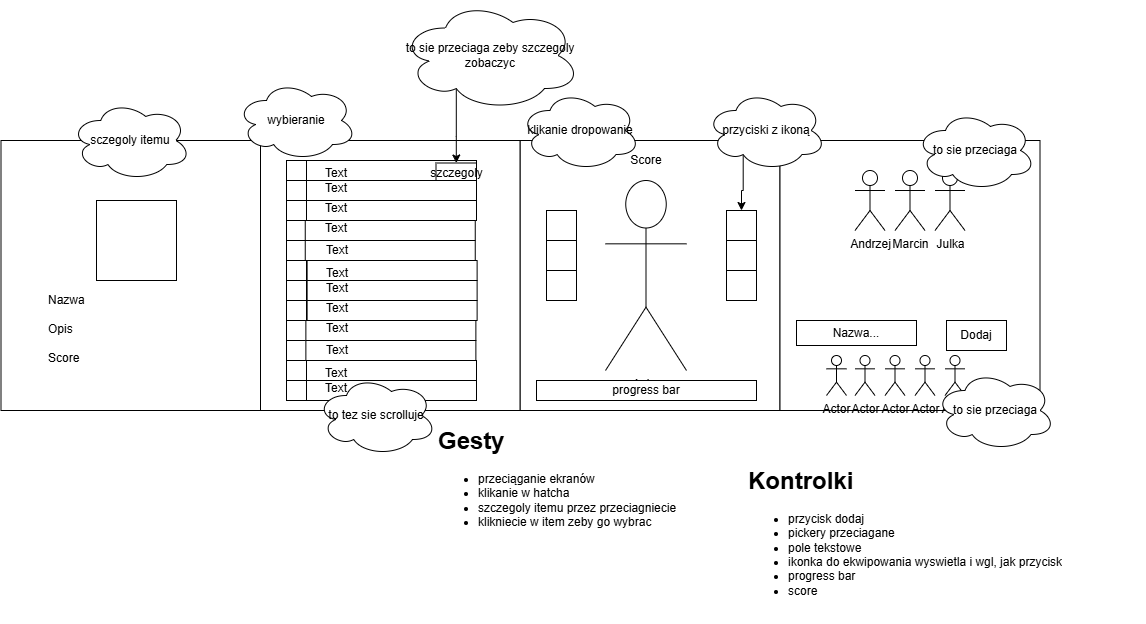
Earlier version of the draw.io export Hatche.drawio.png (MichalRutyna/Swift-Hatche). Source tidied: cells renumbered, new cells last; positions are measured from the earlier drawing's top-left corner, leaving out a move shared by most shapes. Its diagram source:
```xml
<mxGraphModel>
  <root>
    <mxCell id="0" />
    <mxCell id="1" parent="0" />
    <mxCell id="2" style="rounded=0;whiteSpace=wrap;html=1;" parent="1" vertex="1">
      <mxGeometry x="519.5" y="140" width="260" height="270" as="geometry" />
    </mxCell>
    <mxCell id="3" value="Actor" style="shape=umlActor;verticalLabelPosition=bottom;verticalAlign=top;html=1;" parent="1" vertex="1">
      <mxGeometry x="605" y="180" width="81" height="190" as="geometry" />
    </mxCell>
    <mxCell id="4" style="rounded=0;whiteSpace=wrap;html=1;" parent="1" vertex="1">
      <mxGeometry x="260" y="140" width="259.5" height="270" as="geometry" />
    </mxCell>
    <mxCell id="5" style="whiteSpace=wrap;html=1;" parent="1" vertex="1">
      <mxGeometry x="546" y="210" width="30" height="30" as="geometry" />
    </mxCell>
    <mxCell id="6" style="whiteSpace=wrap;html=1;" parent="1" vertex="1">
      <mxGeometry x="546" y="240" width="30" height="30" as="geometry" />
    </mxCell>
    <mxCell id="7" style="whiteSpace=wrap;html=1;" parent="1" vertex="1">
      <mxGeometry x="546" y="270" width="30" height="30" as="geometry" />
    </mxCell>
    <mxCell id="8" style="whiteSpace=wrap;html=1;" parent="1" vertex="1">
      <mxGeometry x="286" y="280" width="20" height="20" as="geometry" />
    </mxCell>
    <mxCell id="9" style="whiteSpace=wrap;html=1;" parent="1" vertex="1">
      <mxGeometry x="286" y="320" width="20" height="20" as="geometry" />
    </mxCell>
    <mxCell id="10" style="whiteSpace=wrap;html=1;" parent="1" vertex="1">
      <mxGeometry x="286" y="300" width="20" height="20" as="geometry" />
    </mxCell>
    <mxCell id="11" style="whiteSpace=wrap;html=1;" parent="1" vertex="1">
      <mxGeometry x="286" y="340" width="20" height="20" as="geometry" />
    </mxCell>
    <mxCell id="12" style="whiteSpace=wrap;html=1;" parent="1" vertex="1">
      <mxGeometry x="286" y="380" width="20" height="20" as="geometry" />
    </mxCell>
    <mxCell id="13" style="whiteSpace=wrap;html=1;" parent="1" vertex="1">
      <mxGeometry x="286" y="360" width="20" height="20" as="geometry" />
    </mxCell>
    <mxCell id="14" style="whiteSpace=wrap;html=1;" parent="1" vertex="1">
      <mxGeometry x="286" y="160" width="20" height="20" as="geometry" />
    </mxCell>
    <mxCell id="15" style="whiteSpace=wrap;html=1;" parent="1" vertex="1">
      <mxGeometry x="286" y="200" width="20" height="20" as="geometry" />
    </mxCell>
    <mxCell id="16" style="whiteSpace=wrap;html=1;" parent="1" vertex="1">
      <mxGeometry x="286" y="180" width="20" height="20" as="geometry" />
    </mxCell>
    <mxCell id="17" style="whiteSpace=wrap;html=1;" parent="1" vertex="1">
      <mxGeometry x="286" y="220" width="20" height="20" as="geometry" />
    </mxCell>
    <mxCell id="18" style="whiteSpace=wrap;html=1;" parent="1" vertex="1">
      <mxGeometry x="286" y="260" width="20" height="20" as="geometry" />
    </mxCell>
    <mxCell id="19" style="whiteSpace=wrap;html=1;" parent="1" vertex="1">
      <mxGeometry x="286" y="240" width="20" height="20" as="geometry" />
    </mxCell>
    <mxCell id="20" value="klikanie dropowanie" style="ellipse;shape=cloud;whiteSpace=wrap;html=1;" parent="1" vertex="1">
      <mxGeometry x="519.5" y="90" width="120" height="80" as="geometry" />
    </mxCell>
    <mxCell id="21" value="&lt;h1 style=&quot;margin-top: 0px;&quot;&gt;Gesty&lt;/h1&gt;&lt;p&gt;&lt;/p&gt;&lt;ul&gt;&lt;li&gt;&lt;span style=&quot;background-color: transparent; color: light-dark(rgb(0, 0, 0), rgb(255, 255, 255));&quot;&gt;przeciąganie ekranów&lt;/span&gt;&lt;/li&gt;&lt;li&gt;klikanie w hatcha&lt;/li&gt;&lt;li&gt;szczegoly itemu przez przeciagniecie&lt;br&gt;&lt;/li&gt;&lt;li&gt;klikniecie w item zeby go wybrac&lt;/li&gt;&lt;/ul&gt;&lt;p&gt;&lt;/p&gt;" style="text;html=1;whiteSpace=wrap;overflow=hidden;rounded=0;" parent="1" vertex="1">
      <mxGeometry x="436" y="420" width="250" height="160" as="geometry" />
    </mxCell>
    <mxCell id="22" style="rounded=0;whiteSpace=wrap;html=1;" parent="1" vertex="1">
      <mxGeometry x="0.5" y="140" width="259.5" height="270" as="geometry" />
    </mxCell>
    <mxCell id="23" value="sczegoly itemu" style="ellipse;shape=cloud;whiteSpace=wrap;html=1;" parent="1" vertex="1">
      <mxGeometry x="70.2" y="100" width="120" height="80" as="geometry" />
    </mxCell>
    <mxCell id="24" style="whiteSpace=wrap;html=1;" parent="1" vertex="1">
      <mxGeometry x="96" y="200" width="80" height="80" as="geometry" />
    </mxCell>
    <mxCell id="25" value="&lt;h1 style=&quot;margin-top: 0px;&quot;&gt;&lt;span style=&quot;background-color: transparent; color: light-dark(rgb(0, 0, 0), rgb(255, 255, 255)); font-size: 12px; font-weight: normal;&quot;&gt;Nazwa&lt;br&gt;Opis&lt;br&gt;Score&lt;/span&gt;&lt;/h1&gt;" style="text;html=1;whiteSpace=wrap;overflow=hidden;rounded=0;" parent="1" vertex="1">
      <mxGeometry x="46" y="275" width="180" height="120" as="geometry" />
    </mxCell>
    <mxCell id="26" style="rounded=0;whiteSpace=wrap;html=1;" parent="1" vertex="1">
      <mxGeometry x="779.5" y="140" width="260" height="270" as="geometry" />
    </mxCell>
    <mxCell id="27" value="Marcin" style="shape=umlActor;verticalLabelPosition=bottom;verticalAlign=top;html=1;" parent="1" vertex="1">
      <mxGeometry x="894.5" y="170" width="30" height="60" as="geometry" />
    </mxCell>
    <mxCell id="28" value="Julka" style="shape=umlActor;verticalLabelPosition=bottom;verticalAlign=top;html=1;" parent="1" vertex="1">
      <mxGeometry x="934.5" y="170" width="30" height="60" as="geometry" />
    </mxCell>
    <mxCell id="29" value="Andrzej" style="shape=umlActor;verticalLabelPosition=bottom;verticalAlign=top;html=1;" parent="1" vertex="1">
      <mxGeometry x="854.5" y="170" width="30" height="60" as="geometry" />
    </mxCell>
    <mxCell id="30" value="Dodaj" style="rounded=0;whiteSpace=wrap;html=1;" parent="1" vertex="1">
      <mxGeometry x="946" y="320" width="60" height="30" as="geometry" />
    </mxCell>
    <mxCell id="31" value="Nazwa..." style="rounded=0;whiteSpace=wrap;html=1;" parent="1" vertex="1">
      <mxGeometry x="796" y="320" width="120" height="25" as="geometry" />
    </mxCell>
    <mxCell id="32" value="Actor" style="shape=umlActor;verticalLabelPosition=bottom;verticalAlign=top;html=1;" parent="1" vertex="1">
      <mxGeometry x="826" y="355" width="20" height="40" as="geometry" />
    </mxCell>
    <mxCell id="33" value="Actor" style="shape=umlActor;verticalLabelPosition=bottom;verticalAlign=top;html=1;" parent="1" vertex="1">
      <mxGeometry x="854.5" y="355" width="20" height="40" as="geometry" />
    </mxCell>
    <mxCell id="34" value="Actor" style="shape=umlActor;verticalLabelPosition=bottom;verticalAlign=top;html=1;" parent="1" vertex="1">
      <mxGeometry x="884.5" y="355" width="20" height="40" as="geometry" />
    </mxCell>
    <mxCell id="35" value="Actor" style="shape=umlActor;verticalLabelPosition=bottom;verticalAlign=top;html=1;" parent="1" vertex="1">
      <mxGeometry x="914.5" y="355" width="20" height="40" as="geometry" />
    </mxCell>
    <mxCell id="36" value="Actor" style="shape=umlActor;verticalLabelPosition=bottom;verticalAlign=top;html=1;" parent="1" vertex="1">
      <mxGeometry x="944.5" y="355" width="20" height="40" as="geometry" />
    </mxCell>
    <mxCell id="37" value="to sie przeciaga" style="ellipse;shape=cloud;whiteSpace=wrap;html=1;" parent="1" vertex="1">
      <mxGeometry x="915" y="110" width="120" height="80" as="geometry" />
    </mxCell>
    <mxCell id="38" value="to sie przeciaga" style="ellipse;shape=cloud;whiteSpace=wrap;html=1;" parent="1" vertex="1">
      <mxGeometry x="934.5" y="370" width="120" height="80" as="geometry" />
    </mxCell>
    <mxCell id="39" value="&lt;h1 style=&quot;margin-top: 0px;&quot;&gt;Kontrolki&lt;/h1&gt;&lt;p&gt;&lt;/p&gt;&lt;ul&gt;&lt;li&gt;przycisk dodaj&lt;/li&gt;&lt;li&gt;pickery przeciagane&lt;/li&gt;&lt;li&gt;pole tekstowe&lt;/li&gt;&lt;li&gt;ikonka do ekwipowania wyswietla i wgl, jak przycisk&lt;/li&gt;&lt;li&gt;progress bar&lt;/li&gt;&lt;li&gt;score&lt;/li&gt;&lt;/ul&gt;&lt;p&gt;&lt;/p&gt;" style="text;html=1;whiteSpace=wrap;overflow=hidden;rounded=0;" parent="1" vertex="1">
      <mxGeometry x="746" y="460" width="400" height="160" as="geometry" />
    </mxCell>
    <mxCell id="40" style="rounded=0;whiteSpace=wrap;html=1;" parent="1" vertex="1">
      <mxGeometry x="306" y="160" width="170" height="20" as="geometry" />
    </mxCell>
    <mxCell id="41" value="szczegoly" style="rounded=0;whiteSpace=wrap;html=1;" parent="1" vertex="1">
      <mxGeometry x="435.5" y="162.5" width="40.5" height="20" as="geometry" />
    </mxCell>
    <mxCell id="42" style="rounded=0;whiteSpace=wrap;html=1;" parent="1" vertex="1">
      <mxGeometry x="306" y="180" width="170" height="20" as="geometry" />
    </mxCell>
    <mxCell id="43" style="rounded=0;whiteSpace=wrap;html=1;" parent="1" vertex="1">
      <mxGeometry x="306" y="200" width="170" height="20" as="geometry" />
    </mxCell>
    <mxCell id="44" value="Text" style="text;html=1;align=center;verticalAlign=middle;whiteSpace=wrap;rounded=0;" parent="1" vertex="1">
      <mxGeometry x="306" y="195" width="60" height="25" as="geometry" />
    </mxCell>
    <mxCell id="45" value="Text" style="text;html=1;align=center;verticalAlign=middle;whiteSpace=wrap;rounded=0;" parent="1" vertex="1">
      <mxGeometry x="306" y="160" width="60" height="25" as="geometry" />
    </mxCell>
    <mxCell id="46" value="Text" style="text;html=1;align=center;verticalAlign=middle;whiteSpace=wrap;rounded=0;" parent="1" vertex="1">
      <mxGeometry x="306" y="175" width="60" height="25" as="geometry" />
    </mxCell>
    <mxCell id="47" style="rounded=0;whiteSpace=wrap;html=1;" parent="1" vertex="1">
      <mxGeometry x="304.8" y="220" width="170" height="20" as="geometry" />
    </mxCell>
    <mxCell id="48" value="Text" style="text;html=1;align=center;verticalAlign=middle;whiteSpace=wrap;rounded=0;" parent="1" vertex="1">
      <mxGeometry x="306" y="215" width="60" height="25" as="geometry" />
    </mxCell>
    <mxCell id="49" style="rounded=0;whiteSpace=wrap;html=1;" parent="1" vertex="1">
      <mxGeometry x="304.8" y="240" width="170" height="20" as="geometry" />
    </mxCell>
    <mxCell id="50" style="whiteSpace=wrap;html=1;" parent="1" vertex="1">
      <mxGeometry x="726" y="210" width="30" height="30" as="geometry" />
    </mxCell>
    <mxCell id="51" style="whiteSpace=wrap;html=1;" parent="1" vertex="1">
      <mxGeometry x="726" y="240" width="30" height="30" as="geometry" />
    </mxCell>
    <mxCell id="52" style="whiteSpace=wrap;html=1;" parent="1" vertex="1">
      <mxGeometry x="726" y="270" width="30" height="30" as="geometry" />
    </mxCell>
    <mxCell id="53" style="edgeStyle=orthogonalEdgeStyle;rounded=0;jettySize=auto;html=1;exitX=0.31;exitY=0.8;exitDx=0;exitDy=0;exitPerimeter=0;" parent="1" edge="1" source="54" target="50">
      <mxGeometry relative="1" as="geometry" />
    </mxCell>
    <mxCell id="54" value="przyciski z ikoną" style="ellipse;shape=cloud;whiteSpace=wrap;html=1;" parent="1" vertex="1">
      <mxGeometry x="705.5" y="90" width="120" height="80" as="geometry" />
    </mxCell>
    <mxCell id="55" value="wybieranie" style="ellipse;shape=cloud;whiteSpace=wrap;html=1;" parent="1" vertex="1">
      <mxGeometry x="236" y="80" width="120" height="80" as="geometry" />
    </mxCell>
    <mxCell id="56" value="Score" style="text;html=1;align=center;verticalAlign=middle;whiteSpace=wrap;rounded=0;" parent="1" vertex="1">
      <mxGeometry x="615.5" y="145" width="60" height="30" as="geometry" />
    </mxCell>
    <mxCell id="57" value="progress bar" style="rounded=0;whiteSpace=wrap;html=1;" parent="1" vertex="1">
      <mxGeometry x="536" y="380" width="220" height="20" as="geometry" />
    </mxCell>
    <mxCell id="58" style="rounded=0;whiteSpace=wrap;html=1;" parent="1" vertex="1">
      <mxGeometry x="306.6" y="260" width="170" height="20" as="geometry" />
    </mxCell>
    <mxCell id="59" style="rounded=0;whiteSpace=wrap;html=1;" parent="1" vertex="1">
      <mxGeometry x="306.6" y="280" width="170" height="20" as="geometry" />
    </mxCell>
    <mxCell id="60" style="rounded=0;whiteSpace=wrap;html=1;" parent="1" vertex="1">
      <mxGeometry x="306.6" y="300" width="170" height="20" as="geometry" />
    </mxCell>
    <mxCell id="61" value="Text" style="text;html=1;align=center;verticalAlign=middle;whiteSpace=wrap;rounded=0;" parent="1" vertex="1">
      <mxGeometry x="306.6" y="295" width="60" height="25" as="geometry" />
    </mxCell>
    <mxCell id="62" value="Text" style="text;html=1;align=center;verticalAlign=middle;whiteSpace=wrap;rounded=0;" parent="1" vertex="1">
      <mxGeometry x="306.6" y="260" width="60" height="25" as="geometry" />
    </mxCell>
    <mxCell id="63" value="Text" style="text;html=1;align=center;verticalAlign=middle;whiteSpace=wrap;rounded=0;" parent="1" vertex="1">
      <mxGeometry x="306.6" y="275" width="60" height="25" as="geometry" />
    </mxCell>
    <mxCell id="64" style="rounded=0;whiteSpace=wrap;html=1;" parent="1" vertex="1">
      <mxGeometry x="305.4" y="320" width="170" height="20" as="geometry" />
    </mxCell>
    <mxCell id="65" value="Text" style="text;html=1;align=center;verticalAlign=middle;whiteSpace=wrap;rounded=0;" parent="1" vertex="1">
      <mxGeometry x="306.6" y="315" width="60" height="25" as="geometry" />
    </mxCell>
    <mxCell id="66" style="rounded=0;whiteSpace=wrap;html=1;" parent="1" vertex="1">
      <mxGeometry x="305.4" y="340" width="170" height="20" as="geometry" />
    </mxCell>
    <mxCell id="67" value="Text" style="text;html=1;align=center;verticalAlign=middle;whiteSpace=wrap;rounded=0;" parent="1" vertex="1">
      <mxGeometry x="306.6" y="237.5" width="60" height="25" as="geometry" />
    </mxCell>
    <mxCell id="68" value="Text" style="text;html=1;align=center;verticalAlign=middle;whiteSpace=wrap;rounded=0;" parent="1" vertex="1">
      <mxGeometry x="306.6" y="337.5" width="60" height="25" as="geometry" />
    </mxCell>
    <mxCell id="69" style="rounded=0;whiteSpace=wrap;html=1;" parent="1" vertex="1">
      <mxGeometry x="306" y="360" width="170" height="20" as="geometry" />
    </mxCell>
    <mxCell id="70" style="rounded=0;whiteSpace=wrap;html=1;" parent="1" vertex="1">
      <mxGeometry x="306" y="380" width="170" height="20" as="geometry" />
    </mxCell>
    <mxCell id="71" value="Text" style="text;html=1;align=center;verticalAlign=middle;whiteSpace=wrap;rounded=0;" parent="1" vertex="1">
      <mxGeometry x="306" y="360" width="60" height="25" as="geometry" />
    </mxCell>
    <mxCell id="72" value="Text" style="text;html=1;align=center;verticalAlign=middle;whiteSpace=wrap;rounded=0;" parent="1" vertex="1">
      <mxGeometry x="306" y="375" width="60" height="25" as="geometry" />
    </mxCell>
    <mxCell id="73" value="to tez sie scrolluje" style="ellipse;shape=cloud;whiteSpace=wrap;html=1;" parent="1" vertex="1">
      <mxGeometry x="316" y="375" width="120" height="80" as="geometry" />
    </mxCell>
    <mxCell id="74" style="edgeStyle=orthogonalEdgeStyle;rounded=0;jettySize=auto;html=1;exitX=0.31;exitY=0.8;exitDx=0;exitDy=0;exitPerimeter=0;" parent="1" edge="1" source="75" target="41">
      <mxGeometry relative="1" as="geometry" />
    </mxCell>
    <mxCell id="75" value="to sie przeciaga zeby szczegoly zobaczyc" style="ellipse;shape=cloud;whiteSpace=wrap;html=1;" parent="1" vertex="1">
      <mxGeometry x="400" width="180" height="110" as="geometry" />
    </mxCell>
  </root>
</mxGraphModel>
```
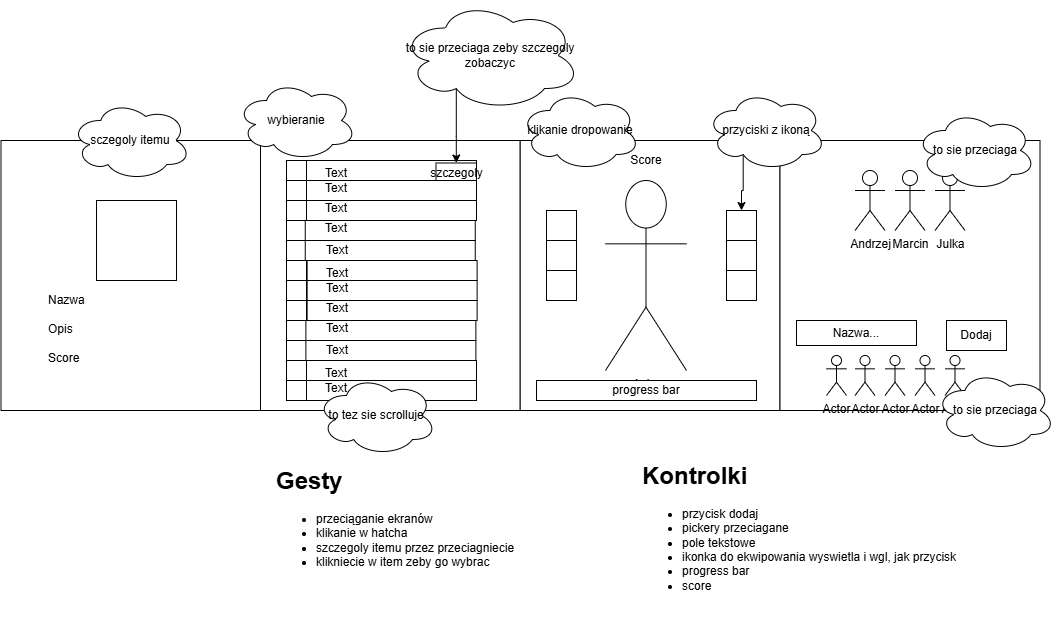
Above is the later version.

Diff of the diagram source:
```diff
@@ -1,4 +1,4 @@
-<mxGraphModel>
+<mxGraphModel background="#ffffff">
   <root>
     <mxCell id="0" />
     <mxCell id="1" parent="0" />
@@ -60,7 +60,7 @@
       <mxGeometry x="519.5" y="90" width="120" height="80" as="geometry" />
     </mxCell>
     <mxCell id="21" value="&lt;h1 style=&quot;margin-top: 0px;&quot;&gt;Gesty&lt;/h1&gt;&lt;p&gt;&lt;/p&gt;&lt;ul&gt;&lt;li&gt;&lt;span style=&quot;background-color: transparent; color: light-dark(rgb(0, 0, 0), rgb(255, 255, 255));&quot;&gt;przeciąganie ekranów&lt;/span&gt;&lt;/li&gt;&lt;li&gt;klikanie w hatcha&lt;/li&gt;&lt;li&gt;szczegoly itemu przez przeciagniecie&lt;br&gt;&lt;/li&gt;&lt;li&gt;klikniecie w item zeby go wybrac&lt;/li&gt;&lt;/ul&gt;&lt;p&gt;&lt;/p&gt;" style="text;html=1;whiteSpace=wrap;overflow=hidden;rounded=0;" parent="1" vertex="1">
-      <mxGeometry x="436" y="420" width="250" height="160" as="geometry" />
+      <mxGeometry x="274" y="460" width="250" height="160" as="geometry" />
     </mxCell>
     <mxCell id="22" style="rounded=0;whiteSpace=wrap;html=1;" parent="1" vertex="1">
       <mxGeometry x="0.5" y="140" width="259.5" height="270" as="geometry" />
@@ -114,7 +114,7 @@
       <mxGeometry x="934.5" y="370" width="120" height="80" as="geometry" />
     </mxCell>
     <mxCell id="39" value="&lt;h1 style=&quot;margin-top: 0px;&quot;&gt;Kontrolki&lt;/h1&gt;&lt;p&gt;&lt;/p&gt;&lt;ul&gt;&lt;li&gt;przycisk dodaj&lt;/li&gt;&lt;li&gt;pickery przeciagane&lt;/li&gt;&lt;li&gt;pole tekstowe&lt;/li&gt;&lt;li&gt;ikonka do ekwipowania wyswietla i wgl, jak przycisk&lt;/li&gt;&lt;li&gt;progress bar&lt;/li&gt;&lt;li&gt;score&lt;/li&gt;&lt;/ul&gt;&lt;p&gt;&lt;/p&gt;" style="text;html=1;whiteSpace=wrap;overflow=hidden;rounded=0;" parent="1" vertex="1">
-      <mxGeometry x="746" y="460" width="400" height="160" as="geometry" />
+      <mxGeometry x="639.5" y="455" width="400" height="160" as="geometry" />
     </mxCell>
     <mxCell id="40" style="rounded=0;whiteSpace=wrap;html=1;" parent="1" vertex="1">
       <mxGeometry x="306" y="160" width="170" height="20" as="geometry" />
```
